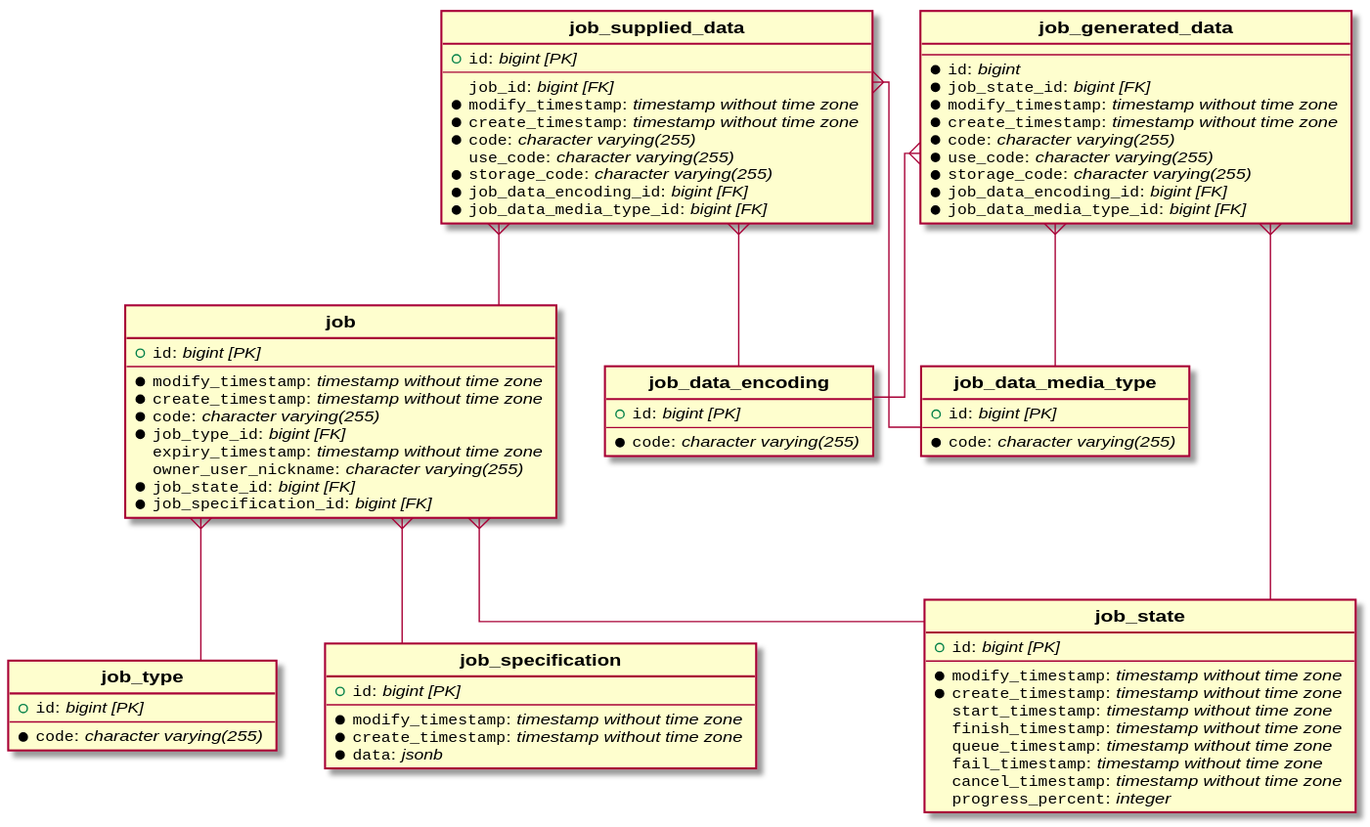
Before: docs/images/img-datamodel-job.svg, a diagram exported from PlantUML (haiku/haikudepotserver). The source it was exported from:
```plantuml
@startuml
hide circle
skinparam linetype ortho

entity "**job**" {
  + ""id"": //bigint [PK]//
  --
  *""modify_timestamp"": //timestamp without time zone //
  *""create_timestamp"": //timestamp without time zone //
  *""code"": //character varying(255) //
  *""job_type_id"": //bigint [FK]//
  ""expiry_timestamp"": //timestamp without time zone //
  ""owner_user_nickname"": //character varying(255) //
  *""job_state_id"": //bigint [FK]//
  *""job_specification_id"": //bigint [FK]//
}

entity "**job_data_encoding**" {
  + ""id"": //bigint [PK]//
  --
  *""code"": //character varying(255) //
}

entity "**job_data_media_type**" {
  + ""id"": //bigint [PK]//
  --
  *""code"": //character varying(255) //
}

entity "**job_generated_data**" {
  --
  *""id"": //bigint //
  *""job_state_id"": //bigint [FK]//
  *""modify_timestamp"": //timestamp without time zone //
  *""create_timestamp"": //timestamp without time zone //
  *""code"": //character varying(255) //
  *""use_code"": //character varying(255) //
  *""storage_code"": //character varying(255) //
  *""job_data_encoding_id"": //bigint [FK]//
  *""job_data_media_type_id"": //bigint [FK]//
}

entity "**job_specification**" {
  + ""id"": //bigint [PK]//
  --
  *""modify_timestamp"": //timestamp without time zone //
  *""create_timestamp"": //timestamp without time zone //
  *""data"": //jsonb //
}

entity "**job_state**" {
  + ""id"": //bigint [PK]//
  --
  *""modify_timestamp"": //timestamp without time zone //
  *""create_timestamp"": //timestamp without time zone //
  ""start_timestamp"": //timestamp without time zone //
  ""finish_timestamp"": //timestamp without time zone //
  ""queue_timestamp"": //timestamp without time zone //
  ""fail_timestamp"": //timestamp without time zone //
  ""cancel_timestamp"": //timestamp without time zone //
  ""progress_percent"": //integer //
}

entity "**job_supplied_data**" {
  + ""id"": //bigint [PK]//
  --
  ""job_id"": //bigint [FK]//
  *""modify_timestamp"": //timestamp without time zone //
  *""create_timestamp"": //timestamp without time zone //
  *""code"": //character varying(255) //
  ""use_code"": //character varying(255) //
  *""storage_code"": //character varying(255) //
  *""job_data_encoding_id"": //bigint [FK]//
  *""job_data_media_type_id"": //bigint [FK]//
}

entity "**job_type**" {
  + ""id"": //bigint [PK]//
  --
  *""code"": //character varying(255) //
}

"**job**"   }--  "**job_specification**"

"**job**"   }--  "**job_state**"

"**job**"   }--  "**job_type**"

"**job_generated_data**"   }--  "**job_data_encoding**"

"**job_generated_data**"   }--  "**job_state**"

"**job_generated_data**"   }--  "**job_data_media_type**"

"**job_supplied_data**"   }--  "**job_data_encoding**"

"**job_supplied_data**"   }--  "**job**"

"**job_supplied_data**"   }--  "**job_data_media_type**"
@enduml
```
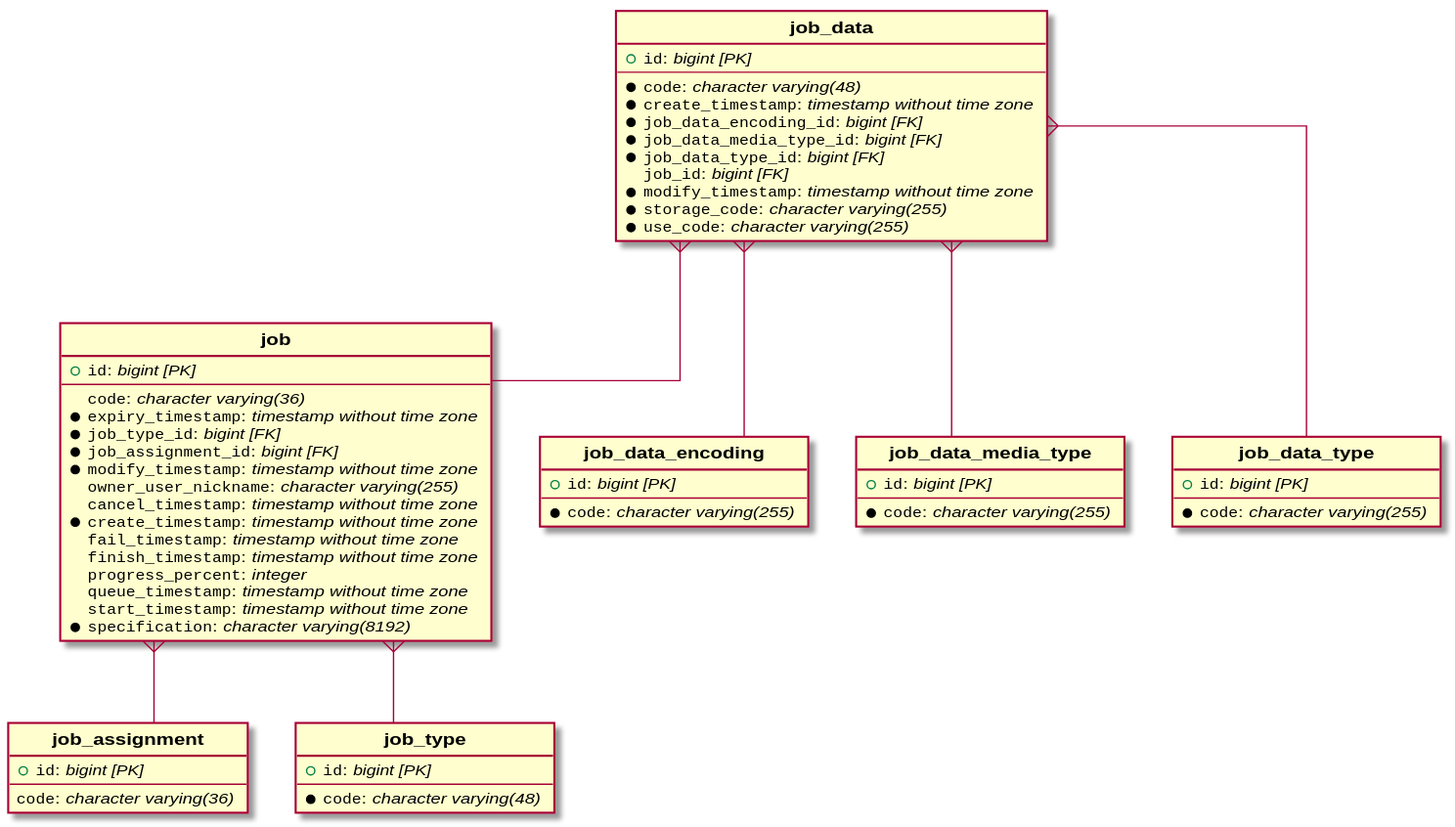
Later version of the same file.

What changed in the source:
```diff
@@ -5,14 +5,40 @@
 entity "**job**" {
   + ""id"": //bigint [PK]//
   --
+  ""code"": //character varying(36) //
+  *""expiry_timestamp"": //timestamp without time zone //
+  *""job_type_id"": //bigint [FK]//
+  *""job_assignment_id"": //bigint [FK]//
   *""modify_timestamp"": //timestamp without time zone //
+  ""owner_user_nickname"": //character varying(255) //
+  ""cancel_timestamp"": //timestamp without time zone //
   *""create_timestamp"": //timestamp without time zone //
-  *""code"": //character varying(255) //
-  *""job_type_id"": //bigint [FK]//
-  ""expiry_timestamp"": //timestamp without time zone //
-  ""owner_user_nickname"": //character varying(255) //
-  *""job_state_id"": //bigint [FK]//
-  *""job_specification_id"": //bigint [FK]//
+  ""fail_timestamp"": //timestamp without time zone //
+  ""finish_timestamp"": //timestamp without time zone //
+  ""progress_percent"": //integer //
+  ""queue_timestamp"": //timestamp without time zone //
+  ""start_timestamp"": //timestamp without time zone //
+  *""specification"": //character varying(8192) //
+}
+
+entity "**job_assignment**" {
+  + ""id"": //bigint [PK]//
+  --
+  ""code"": //character varying(36) //
+}
+
+entity "**job_data**" {
+  + ""id"": //bigint [PK]//
+  --
+  *""code"": //character varying(48) //
+  *""create_timestamp"": //timestamp without time zone //
+  *""job_data_encoding_id"": //bigint [FK]//
+  *""job_data_media_type_id"": //bigint [FK]//
+  *""job_data_type_id"": //bigint [FK]//
+  ""job_id"": //bigint [FK]//
+  *""modify_timestamp"": //timestamp without time zone //
+  *""storage_code"": //character varying(255) //
+  *""use_code"": //character varying(255) //
 }
 
 entity "**job_data_encoding**" {
@@ -27,74 +53,27 @@
   *""code"": //character varying(255) //
 }
 
-entity "**job_generated_data**" {
-  --
-  *""id"": //bigint //
-  *""job_state_id"": //bigint [FK]//
-  *""modify_timestamp"": //timestamp without time zone //
-  *""create_timestamp"": //timestamp without time zone //
-  *""code"": //character varying(255) //
-  *""use_code"": //character varying(255) //
-  *""storage_code"": //character varying(255) //
-  *""job_data_encoding_id"": //bigint [FK]//
-  *""job_data_media_type_id"": //bigint [FK]//
-}
-
-entity "**job_specification**" {
+entity "**job_data_type**" {
   + ""id"": //bigint [PK]//
   --
-  *""modify_timestamp"": //timestamp without time zone //
-  *""create_timestamp"": //timestamp without time zone //
-  *""data"": //jsonb //
-}
-
-entity "**job_state**" {
-  + ""id"": //bigint [PK]//
-  --
-  *""modify_timestamp"": //timestamp without time zone //
-  *""create_timestamp"": //timestamp without time zone //
-  ""start_timestamp"": //timestamp without time zone //
-  ""finish_timestamp"": //timestamp without time zone //
-  ""queue_timestamp"": //timestamp without time zone //
-  ""fail_timestamp"": //timestamp without time zone //
-  ""cancel_timestamp"": //timestamp without time zone //
-  ""progress_percent"": //integer //
-}
-
-entity "**job_supplied_data**" {
-  + ""id"": //bigint [PK]//
-  --
-  ""job_id"": //bigint [FK]//
-  *""modify_timestamp"": //timestamp without time zone //
-  *""create_timestamp"": //timestamp without time zone //
   *""code"": //character varying(255) //
-  ""use_code"": //character varying(255) //
-  *""storage_code"": //character varying(255) //
-  *""job_data_encoding_id"": //bigint [FK]//
-  *""job_data_media_type_id"": //bigint [FK]//
 }
 
 entity "**job_type**" {
   + ""id"": //bigint [PK]//
   --
-  *""code"": //character varying(255) //
+  *""code"": //character varying(48) //
 }
 
-"**job**"   }--  "**job_specification**"
-
-"**job**"   }--  "**job_state**"
+"**job**"   }--  "**job_assignment**"
 
 "**job**"   }--  "**job_type**"
 
-"**job_generated_data**"   }--  "**job_data_encoding**"
+"**job_data**"   }--  "**job_data_encoding**"
 
-"**job_generated_data**"   }--  "**job_state**"
+"**job_data**"   }--  "**job_data_media_type**"
 
-"**job_generated_data**"   }--  "**job_data_media_type**"
+"**job_data**"   }--  "**job_data_type**"
 
-"**job_supplied_data**"   }--  "**job_data_encoding**"
-
-"**job_supplied_data**"   }--  "**job**"
-
-"**job_supplied_data**"   }--  "**job_data_media_type**"
+"**job_data**"   }--  "**job**"
 @enduml
```
